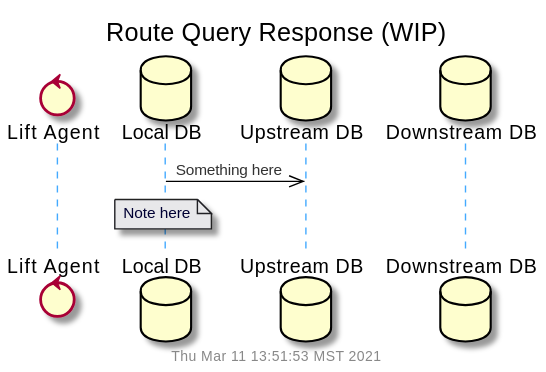
This is doc/uml/seq-route.svg from gotchoices/MyCHIPs, a PlantUML export, as it was before one commit.
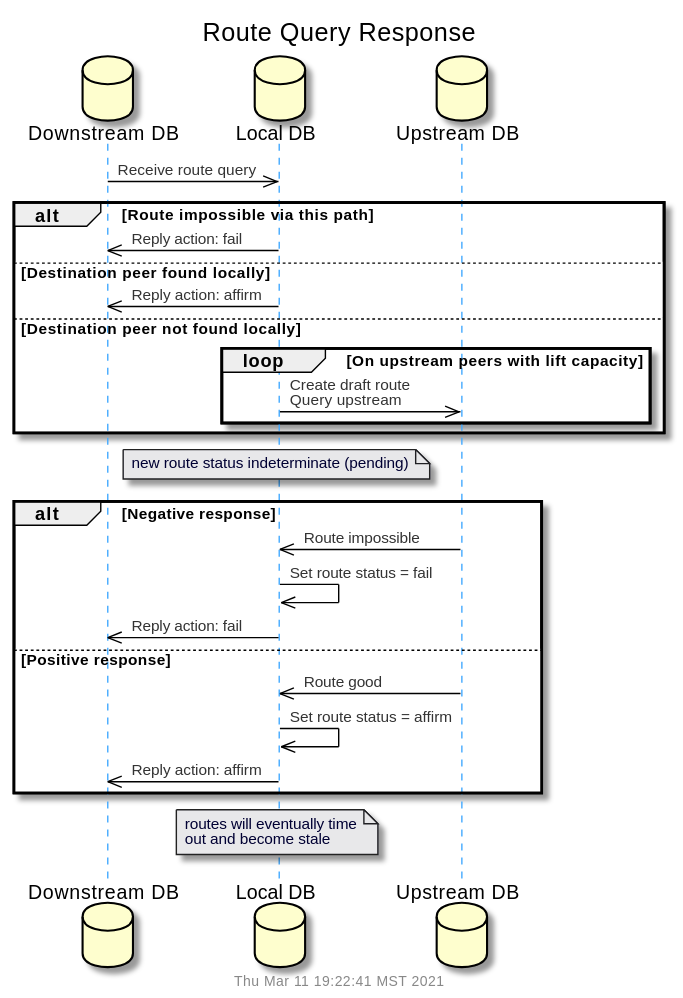
After the commit.

What changed in the source:
```diff
@@ -1,17 +1,38 @@
 @startuml
 !include common.puml
-$title(Route Query Response (WIP))
-control "Lift Agent" as agent
+$title(Route Query Response)
+database "Downstream DB" as downDB
 database "Local DB" as localDB
 database "Upstream DB" as upDB
-database "Downstream DB" as downDB
 
 
-localDB	->>	upDB:		Something here
+downDB	->>	localDB:	Receive route query
 
-note over localDB
-  Note here
-end note
+alt Route impossible via this path
+  localDB	->>	downDB:	Reply action: fail
 
+else Destination peer found locally
+  localDB	->>	downDB:	Reply action: affirm
+
+else Destination peer not found locally
+  loop On upstream peers with lift capacity
+    localDB	->>	upDB: Create draft route\nQuery upstream
+  end
+end
+
+  note over localDB: new route status indeterminate (pending)
+
+alt Negative response
+  upDB	->>	localDB:		Route impossible
+  localDB	->>	localDB:	Set route status = fail
+  localDB	->>	downDB:	Reply action: fail
+
+else Positive response
+  upDB	->>	localDB:		Route good
+  localDB	->>	localDB:	Set route status = affirm
+  localDB	->>	downDB:	Reply action: affirm
+
+end
+  note over localDB: routes will eventually time\nout and become stale
 
 @enduml
```
